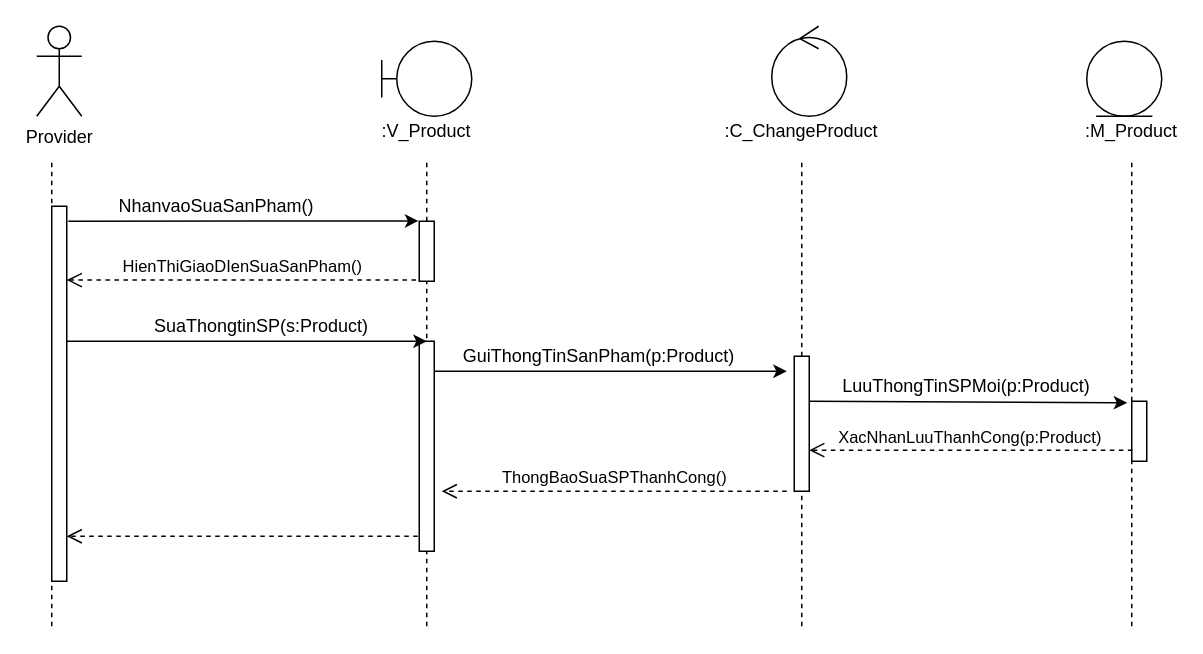
Above: Sequence/SuaSanPham.drawio in hoangminh15/PTTKHT (draw.io), before the change. Source tidied: cells renumbered, new cells numbered last; positions are measured from the earlier drawing's top-left corner, leaving out a move shared by most shapes. Both pictures are drawn from the tidied source at 150%, with x=0, y=0 at pixel (36, 26).
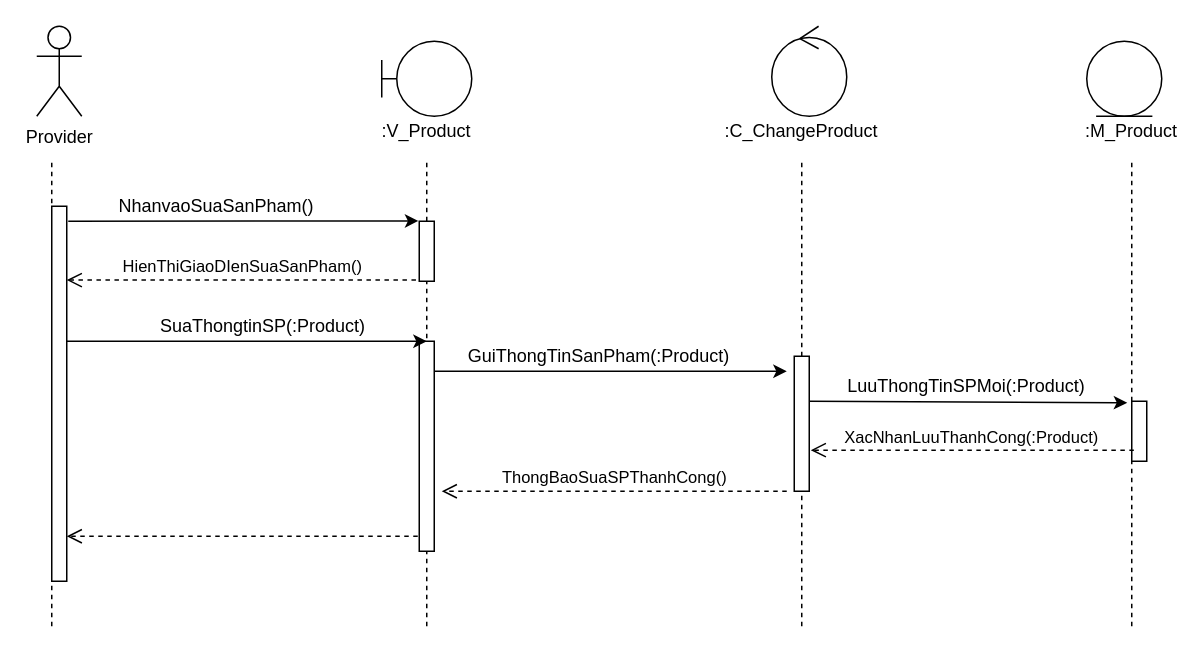
After the change.

Unchanged cells that the change refers to:
```xml
<mxCell id="17" style="html=1;points=[];perimeter=orthogonalPerimeter;" parent="1" vertex="1">
  <mxGeometry x="505" y="220" width="10" height="90" as="geometry" />
</mxCell>
<mxCell id="18" style="html=1;points=[];perimeter=orthogonalPerimeter;" parent="1" vertex="1">
  <mxGeometry x="730" y="250" width="10" height="40" as="geometry" />
</mxCell>
```

Diff of the diagram source:
```diff
@@
-    <mxCell id="22" value="SuaThongtinSP(s:Product)" style="text;html=1;strokeColor=none;fillColor=none;align=center;verticalAlign=middle;whiteSpace=wrap;rounded=0;" parent="1" vertex="1">
-      <mxGeometry x="130" y="190" width="40" height="20" as="geometry" />
+    <mxCell id="22" value="SuaThongtinSP(:Product)" style="text;html=1;strokeColor=none;fillColor=none;align=center;verticalAlign=middle;whiteSpace=wrap;rounded=0;" parent="1" vertex="1">
+      <mxGeometry x="131" y="190" width="40" height="20" as="geometry" />
     </mxCell>
@@
-    <mxCell id="24" value="GuiThongTinSanPham(p:Product)" style="text;html=1;strokeColor=none;fillColor=none;align=center;verticalAlign=middle;whiteSpace=wrap;rounded=0;" parent="1" vertex="1">
+    <mxCell id="24" value="GuiThongTinSanPham(:Product)" style="text;html=1;strokeColor=none;fillColor=none;align=center;verticalAlign=middle;whiteSpace=wrap;rounded=0;" parent="1" vertex="1">
       <mxGeometry x="355" y="210" width="40" height="20" as="geometry" />
     </mxCell>
@@
-    <mxCell id="26" value="LuuThongTinSPMoi(p:Product)" style="text;html=1;strokeColor=none;fillColor=none;align=center;verticalAlign=middle;whiteSpace=wrap;rounded=0;" parent="1" vertex="1">
+    <mxCell id="26" value="LuuThongTinSPMoi(:Product)" style="text;html=1;strokeColor=none;fillColor=none;align=center;verticalAlign=middle;whiteSpace=wrap;rounded=0;" parent="1" vertex="1">
       <mxGeometry x="600" y="230" width="40" height="20" as="geometry" />
     </mxCell>
-    <mxCell id="27" value="XacNhanLuuThanhCong(p:Product)" style="html=1;verticalAlign=bottom;endArrow=open;dashed=1;endSize=8;exitX=0.04;exitY=0.815;exitDx=0;exitDy=0;exitPerimeter=0;" parent="1" edge="1" source="18" target="17">
-      <mxGeometry relative="1" as="geometry" />
+    <mxCell id="27" value="XacNhanLuuThanhCong(:Product)" style="html=1;verticalAlign=bottom;endArrow=open;dashed=1;endSize=8;exitX=0.04;exitY=0.815;exitDx=0;exitDy=0;exitPerimeter=0;" parent="1" edge="1">
+      <mxGeometry relative="1" as="geometry">
+        <mxPoint x="731.4" y="282.6" as="sourcePoint" />
+        <mxPoint x="516" y="282.6" as="targetPoint" />
+      </mxGeometry>
     </mxCell>
```
